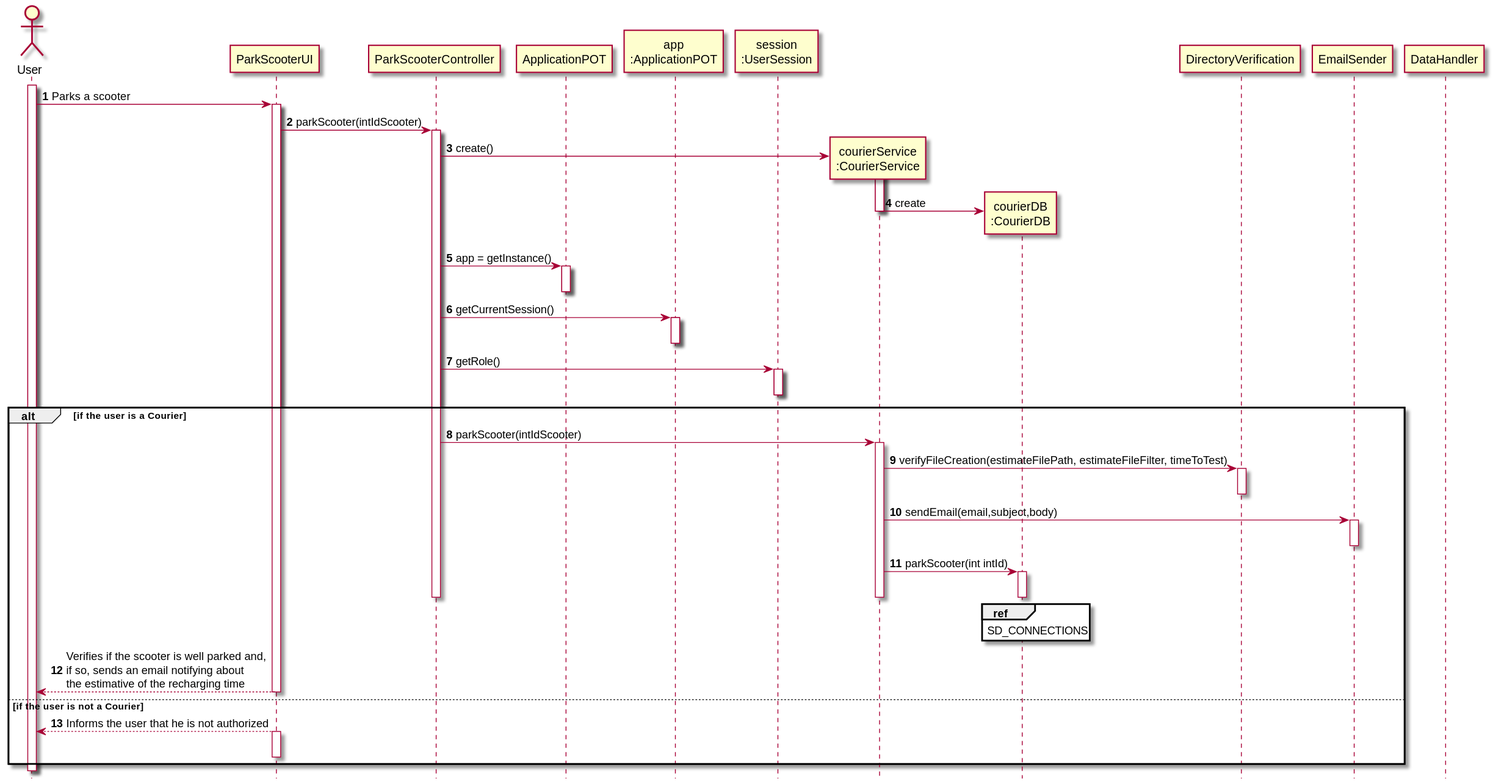
The PlantUML diagram docs/Iteration 3/Scooter Management/US289_SplitChargingCapacity/US289_SD.svg in tiagoavcosta25/LAPR3, before a commit. Its diagram source:
```plantuml
@startuml
autonumber
hide footbox

actor "User" as U

participant "ParkScooterUI" as UI
participant "ParkScooterController" as CTRL
participant "ApplicationPOT" as _APP
participant "app\n:ApplicationPOT" as APP
participant "session\n:UserSession" as SESSION

participant "courierService\n:CourierService" as US
participant "courierDB\n:CourierDB" as UREG
participant "DirectoryVerification" as VER
participant "EmailSender" as ESENDER



participant "DataHandler" as DH

activate U

U -> UI : Parks a scooter
activate UI
UI -> CTRL : parkScooter(intIdScooter)
activate CTRL
CTRL -> US** : create()
activate US
US -> UREG** : create
deactivate US
CTRL -> _APP: app = getInstance()
activate _APP
deactivate _APP

CTRL -> APP : getCurrentSession()
activate APP
deactivate APP

CTRL -> SESSION : getRole()
activate SESSION
deactivate SESSION

alt if the user is a Courier
CTRL -> US : parkScooter(intIdScooter)
activate US

US -> VER : verifyFileCreation(estimateFilePath, estimateFileFilter, timeToTest)
activate VER

deactivate VER

US -> ESENDER : sendEmail(email,subject,body)
activate ESENDER
deactivate ESENDER

US -> UREG : parkScooter(int intId)
activate UREG
ref over UREG
SD_CONNECTIONS
end ref
deactivate UREG
deactivate US



deactivate CTRL
UI --> U : Verifies if the scooter is well parked and,\nif so, sends an email notifying about\nthe estimative of the recharging time
deactivate UI
else if the user is not a Courier

UI --> U : Informs the user that he is not authorized
activate UI
deactivate UI

end if



@enduml
```
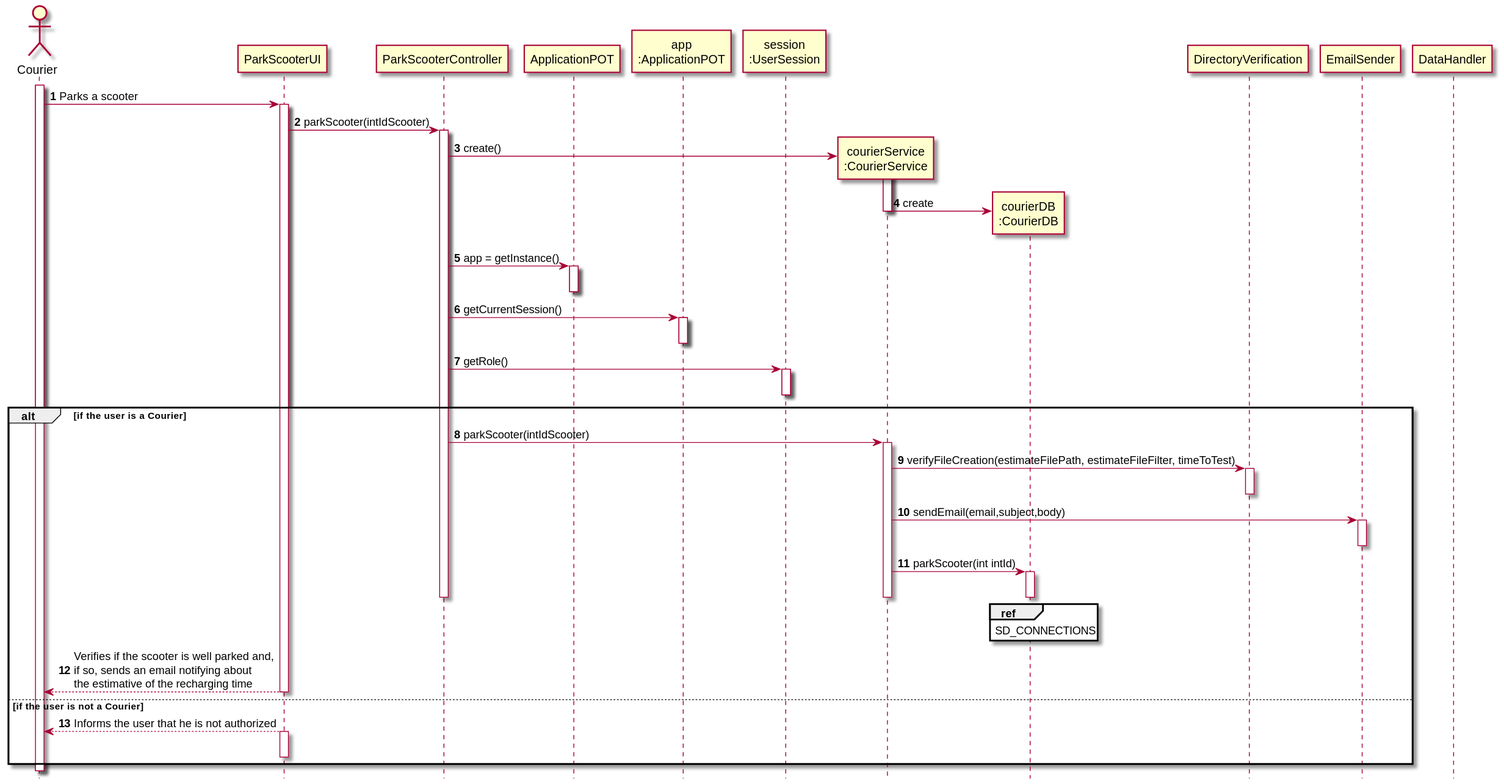
After the commit.

Commit message:
LAPR2AP2-300 #fixing SplitChargingCapacity [Design]

The edit, as a diff of the source:
```diff
@@ -2,7 +2,7 @@
 autonumber
 hide footbox
 
-actor "User" as U
+actor "Courier" as U
 
 participant "ParkScooterUI" as UI
 participant "ParkScooterController" as CTRL
```
